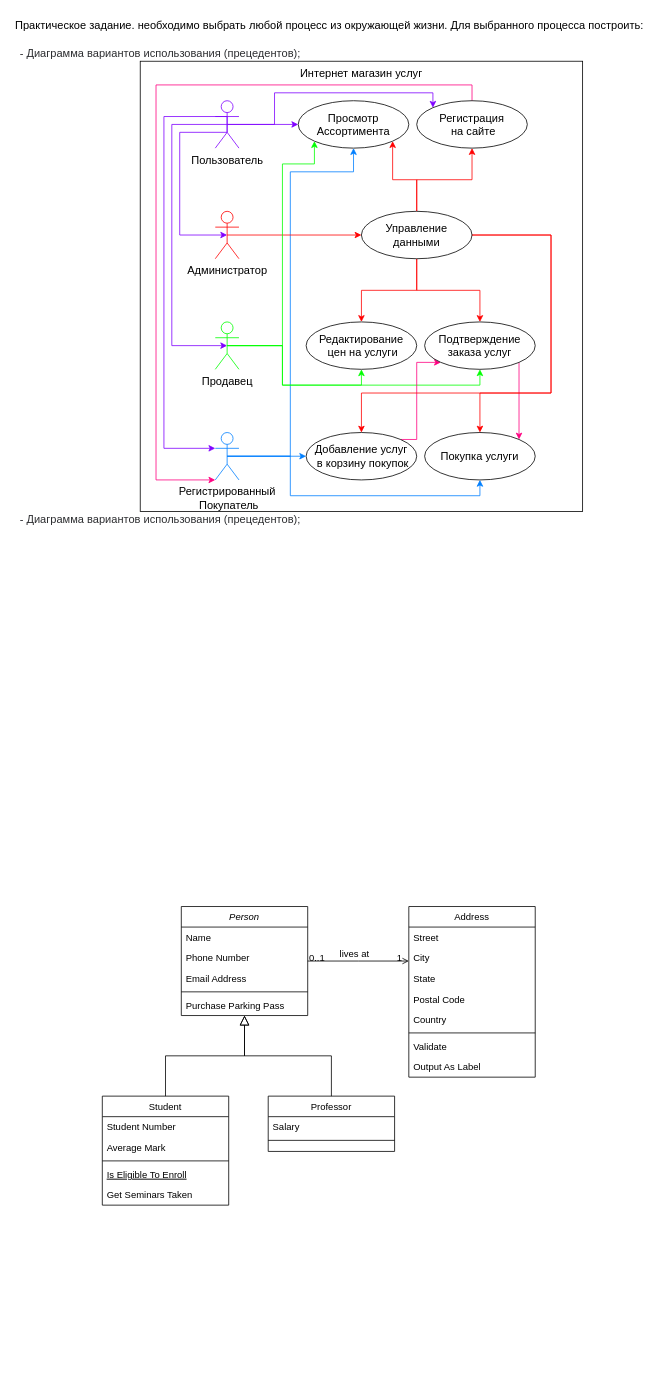
The draw.io diagram Lesson-14/HomeWork-14/Untitled Diagram.drawio in AB23051990/geekbrains_homework, before the edit. Source tidied: cells renumbered, new cells numbered last; positions are measured from the earlier drawing's top-left corner, leaving out a move shared by most shapes. Both pictures are drawn from the tidied source at 79%, with x=0, y=0 at pixel (13, 13).
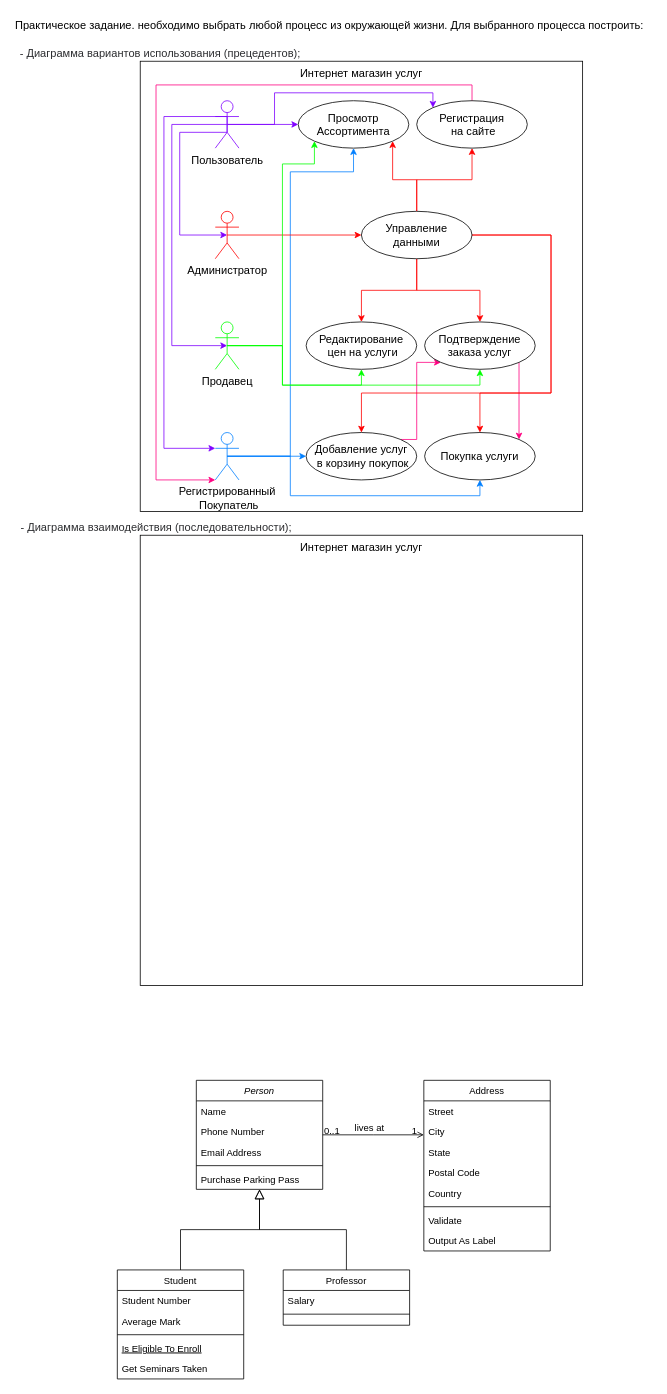
After the change.

Change to the diagram source:
```diff
@@
+    <mxCell id="68" value="Интернет магазин услуг" style="rounded=0;whiteSpace=wrap;html=1;labelBackgroundColor=none;labelBorderColor=none;fontFamily=Helvetica;fontSize=14;fontColor=#000000;strokeColor=#000000;align=center;verticalAlign=top;" parent="1" vertex="1">
+      <mxGeometry x="160" y="660" width="560" height="570" as="geometry" />
+    </mxCell>
@@
     <mxCell id="3" value="Person" style="swimlane;fontStyle=2;align=center;verticalAlign=top;horizontal=1;startSize=26;rounded=0;shadow=0;strokeWidth=1;" parent="1" vertex="1">
-      <mxGeometry x="212" y="1130" width="160" height="138" as="geometry" />
+      <mxGeometry x="231" y="1350" width="160" height="138" as="geometry" />
     </mxCell>
@@
     <mxCell id="9" value="Student" style="swimlane;fontStyle=0;align=center;verticalAlign=top;horizontal=1;startSize=26;rounded=0;shadow=0;strokeWidth=1;" parent="1" vertex="1">
-      <mxGeometry x="112" y="1370" width="160" height="138" as="geometry" />
+      <mxGeometry x="131" y="1590" width="160" height="138" as="geometry" />
     </mxCell>
@@
     <mxCell id="15" style="endArrow=block;endSize=10;endFill=0;shadow=0;strokeWidth=1;rounded=0;edgeStyle=elbowEdgeStyle;elbow=vertical;" parent="1" edge="1" source="9" target="3">
-      <mxGeometry relative="1" as="geometry" />
+      <mxGeometry relative="1" as="geometry">
+        <Array as="points">
+          <mxPoint x="211" y="1539" />
+        </Array>
+      </mxGeometry>
     </mxCell>
     <mxCell id="16" value="Professor" style="swimlane;fontStyle=0;align=center;verticalAlign=top;horizontal=1;startSize=26;rounded=0;shadow=0;strokeWidth=1;" parent="1" vertex="1">
-      <mxGeometry x="322" y="1370" width="160" height="70" as="geometry" />
+      <mxGeometry x="341" y="1590" width="160" height="70" as="geometry" />
     </mxCell>
@@
     <mxCell id="20" value="Address" style="swimlane;fontStyle=0;align=center;verticalAlign=top;horizontal=1;startSize=26;rounded=0;shadow=0;strokeWidth=1;" parent="1" vertex="1">
-      <mxGeometry x="500" y="1130" width="160" height="216" as="geometry" />
+      <mxGeometry x="519" y="1350" width="160" height="216" as="geometry" />
     </mxCell>
@@
-    <mxCell id="67" value="&lt;ul style=&quot;box-sizing: border-box; margin: 0px; list-style: none; padding: 0px; color: rgb(44, 45, 48); background-color: rgb(255, 255, 255);&quot;&gt;&lt;li style=&quot;box-sizing: border-box&quot;&gt;&lt;font style=&quot;font-size: 14px&quot;&gt;- Диаграмма вариантов использования (прецедентов);&lt;/font&gt;&lt;/li&gt;&lt;/ul&gt;" style="text;html=1;align=center;verticalAlign=middle;fillColor=none;strokeColor=none;rounded=0;fontStyle=0;fontFamily=Helvetica;" parent="1" vertex="1">
-      <mxGeometry y="630" width="370" height="20" as="geometry" />
+    <mxCell id="67" value="&lt;p&gt;&lt;/p&gt;&lt;ul style=&quot;box-sizing: border-box ; margin: 0px ; list-style: none ; padding: 0px ; color: rgb(44 , 45 , 48) ; background-color: rgb(255 , 255 , 255)&quot;&gt;&lt;li style=&quot;box-sizing: border-box&quot;&gt;&lt;font style=&quot;font-size: 14px&quot;&gt;- Диаграмма взаимодействия (последовательности);&lt;/font&gt;&lt;/li&gt;&lt;/ul&gt;&lt;p&gt;&lt;/p&gt;" style="text;html=1;align=center;verticalAlign=middle;fillColor=none;strokeColor=none;rounded=0;fontStyle=0;fontFamily=Helvetica;" parent="1" vertex="1">
+      <mxGeometry y="630" width="360" height="40" as="geometry" />
     </mxCell>
```
